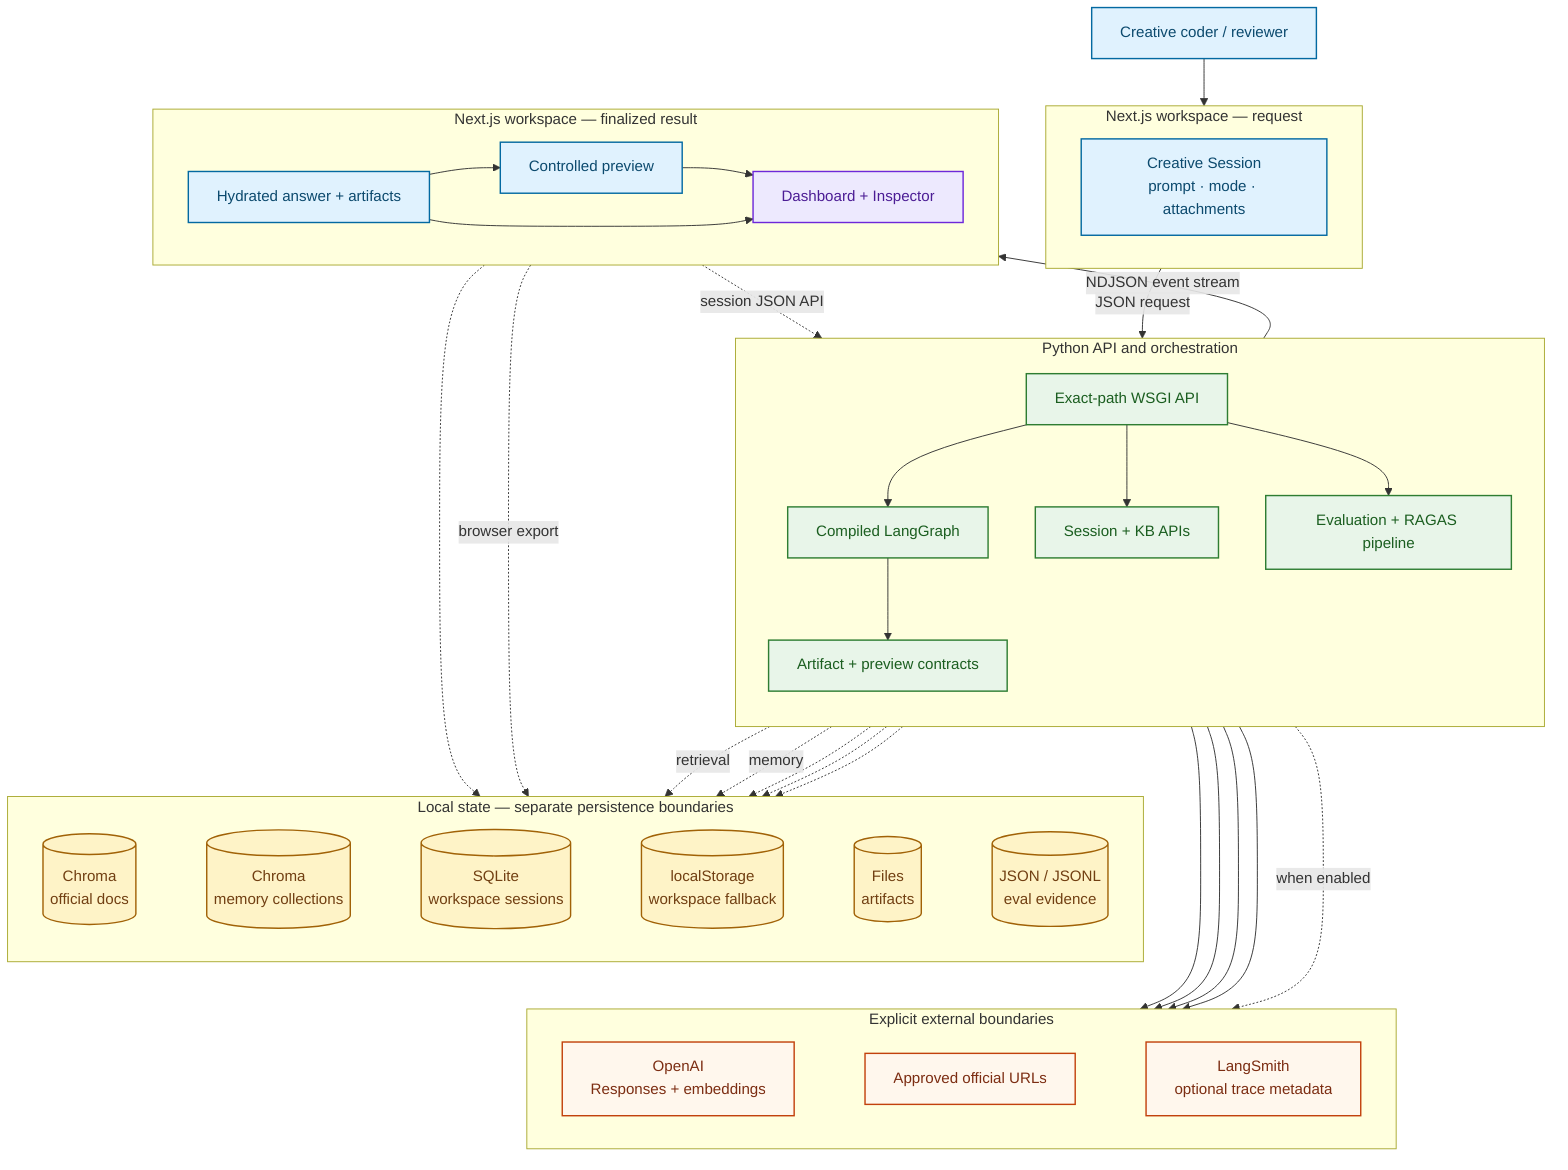
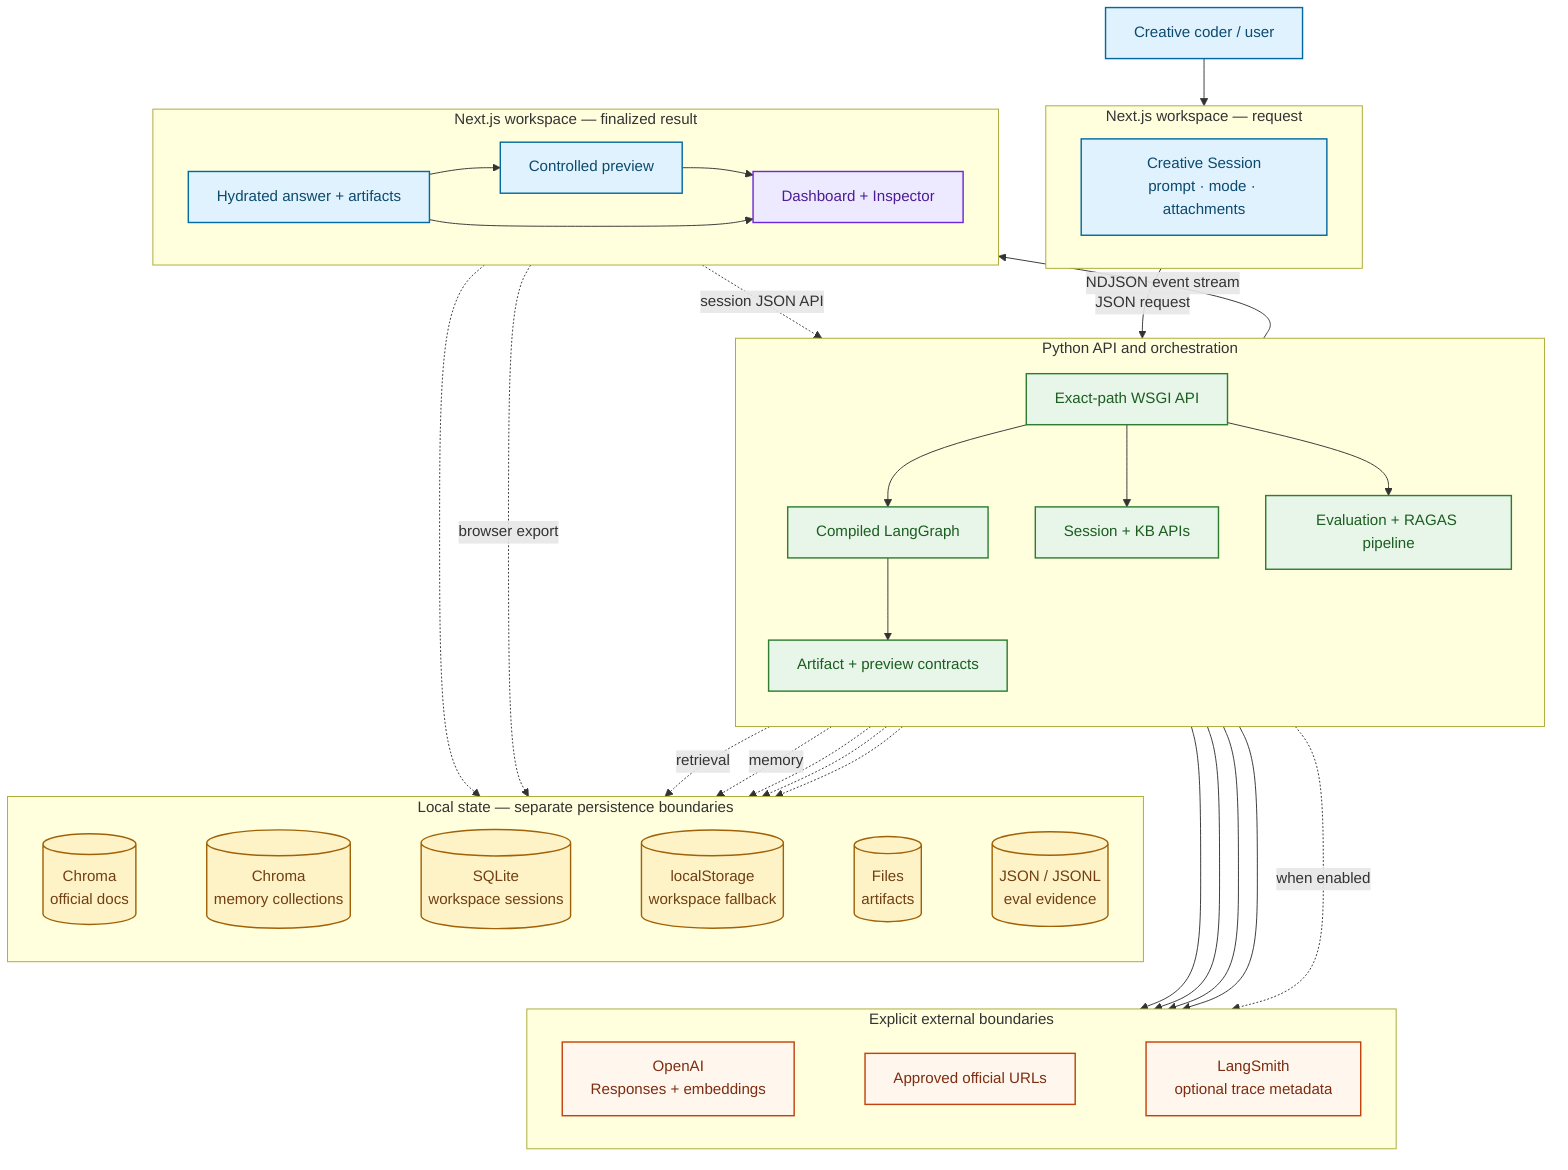
flowchart TB
    classDef client fill:#E0F2FE,stroke:#0369A1,color:#0C4A6E,stroke-width:1.5px
    classDef runtime fill:#E8F5E9,stroke:#2E7D32,color:#1B5E20,stroke-width:1.5px
    classDef store fill:#FEF3C7,stroke:#A16207,color:#713F12,stroke-width:1.5px
    classDef external fill:#FFF7ED,stroke:#C2410C,color:#7C2D12,stroke-width:1.5px
    classDef evidence fill:#EDE9FE,stroke:#6D28D9,color:#4C1D95,stroke-width:1.5px

-     user["Creative coder / reviewer"]:::client
+     user["Creative coder / user"]:::client

    subgraph request["Next.js workspace — request"]
        direction LR
        composer["Creative Session<br/>prompt · mode · attachments"]:::client
    end

    subgraph backend["Python API and orchestration"]
        direction TB
        api["Exact-path WSGI API"]:::runtime
        workflow["Compiled LangGraph"]:::runtime
        artifact["Artifact + preview contracts"]:::runtime
        services["Session + KB APIs"]:::runtime
        evaluation["Evaluation + RAGAS pipeline"]:::runtime

        api --> workflow --> artifact
        api --> services
        api --> evaluation
    end

    subgraph result["Next.js workspace — finalized result"]
        direction LR
        hydrate["Hydrated answer + artifacts"]:::client
        preview["Controlled preview"]:::client
        surfaces["Dashboard + Inspector"]:::evidence

        hydrate --> preview --> surfaces
        hydrate --> surfaces
    end

    subgraph state["Local state — separate persistence boundaries"]
        direction LR
        official_chroma[("Chroma<br/>official docs")]:::store
        memory_chroma[("Chroma<br/>memory collections")]:::store
        sqlite[("SQLite<br/>workspace sessions")]:::store
        browser_cache[("localStorage<br/>workspace fallback")]:::store
        artifact_files[("Files<br/>artifacts")]:::store
        eval_files[("JSON / JSONL<br/>eval evidence")]:::store

        official_chroma ~~~ memory_chroma ~~~ sqlite ~~~ browser_cache ~~~ artifact_files ~~~ eval_files
    end

    subgraph providers["Explicit external boundaries"]
        direction LR
        openai["OpenAI<br/>Responses + embeddings"]:::external
        official["Approved official URLs"]:::external
        langsmith["LangSmith<br/>optional trace metadata"]:::external

        openai ~~~ official ~~~ langsmith
    end

    user --> composer
    composer -->|"JSON request"| api
    api -->|"NDJSON event stream"| hydrate

    workflow -. "retrieval" .-> official_chroma
    workflow -. "memory" .-> memory_chroma
    services -.-> official_chroma
    services -.-> sqlite
    hydrate -. "session JSON API" .-> api
    hydrate -.-> browser_cache
    hydrate -. "browser export" .-> artifact_files
    evaluation -.-> eval_files

    workflow --> openai
    services --> openai
    services --> official
    evaluation --> openai
    workflow -. "when enabled" .-> langsmith

    eval_files ~~~ openai
